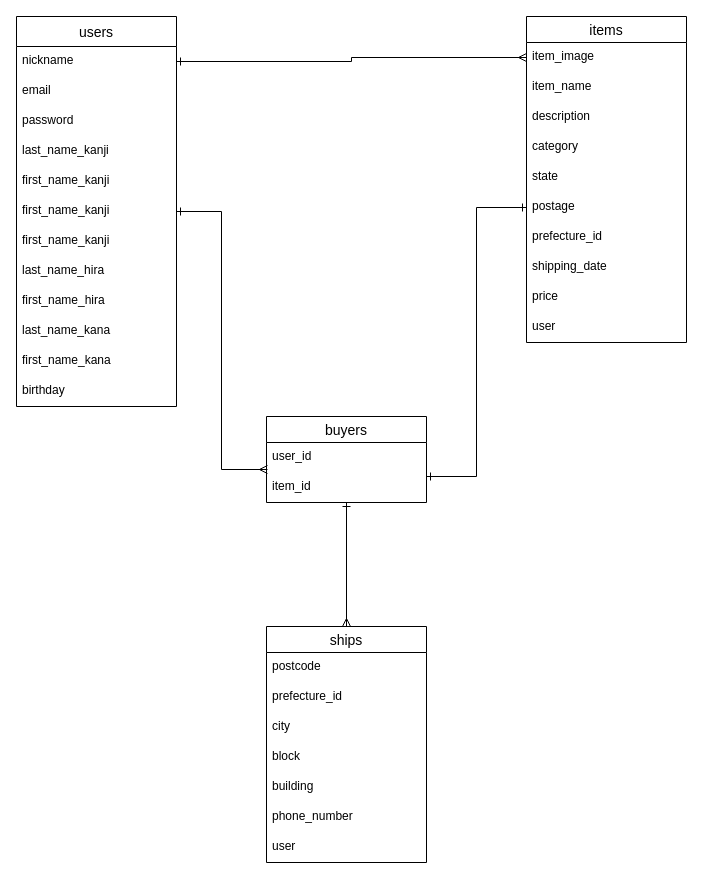
kei-sasaki-rgb-cell/furima-32897 keeps this draw.io diagram as furima-32897.dio. Above is the earlier version. Source tidied: cells renumbered, new cells numbered last; positions are measured from the earlier drawing's top-left corner, leaving out a move shared by most shapes. Both pictures are drawn from the tidied source at 100%, with x=0, y=0 at pixel (16, 16).
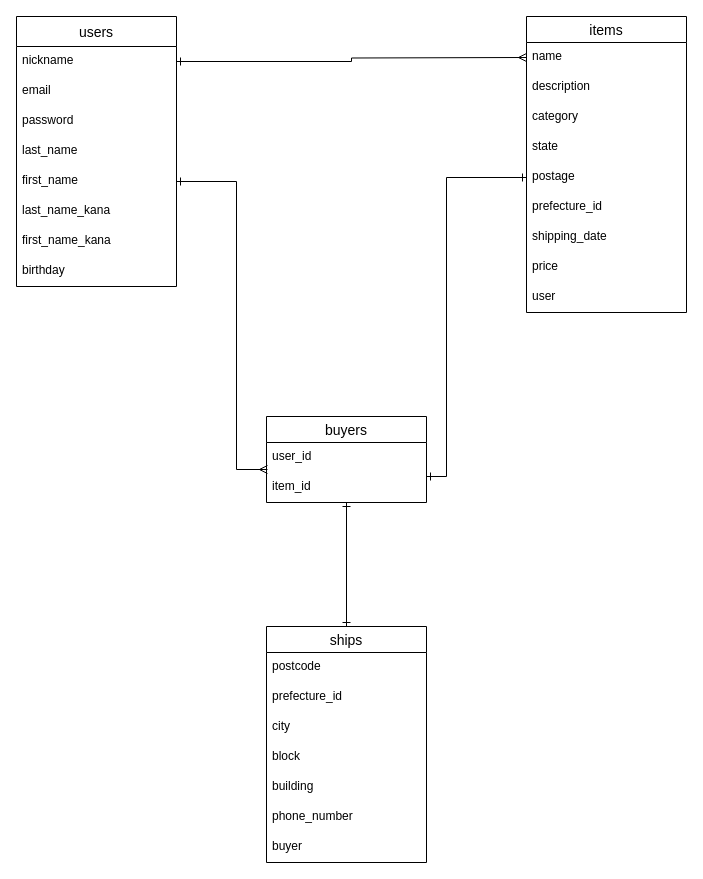
Above is the later version.

Commit message (it also covers changes not shown here):
ER図、READMEの修正（２回目）

The change refers to these unchanged cells:
```xml
<mxCell id="3" value="nickname" style="text;strokeColor=none;fillColor=none;spacingLeft=4;spacingRight=4;overflow=hidden;points=[[0,0.5],[1,0.5]];portConstraint=eastwest;fontSize=12;" parent="2" vertex="1">
  <mxGeometry y="30" width="160" height="30" as="geometry" />
</mxCell>
<mxCell id="26" value="ships" style="swimlane;fontStyle=0;horizontal=1;startSize=26;align=center;fontSize=14;" parent="1" vertex="1">
  <mxGeometry x="250" y="610" width="160" height="236" as="geometry" />
</mxCell>
<mxCell id="36" value="buyers" style="swimlane;fontStyle=0;horizontal=1;startSize=26;align=center;fontSize=14;" parent="1" vertex="1">
  <mxGeometry x="250" y="400" width="160" height="86" as="geometry" />
</mxCell>
<mxCell id="38" value="item_id" style="text;strokeColor=none;fillColor=none;spacingLeft=4;spacingRight=4;overflow=hidden;points=[[0,0.5],[1,0.5]];portConstraint=eastwest;fontSize=12;" parent="36" vertex="1">
  <mxGeometry y="56" width="160" height="30" as="geometry" />
</mxCell>
```

Change to the diagram source:
```diff
@@
     <mxCell id="2" value="users" style="swimlane;fontStyle=0;horizontal=1;startSize=30;align=center;fontSize=14;" parent="1" vertex="1">
-      <mxGeometry width="160" height="390" as="geometry" />
+      <mxGeometry width="160" height="270" as="geometry" />
     </mxCell>
@@
-    <mxCell id="6" value="last_name_kanji" style="text;strokeColor=none;fillColor=none;spacingLeft=4;spacingRight=4;overflow=hidden;fontSize=12;shadow=0;" parent="2" vertex="1">
+    <mxCell id="6" value="last_name" style="text;strokeColor=none;fillColor=none;spacingLeft=4;spacingRight=4;overflow=hidden;fontSize=12;shadow=0;" parent="2" vertex="1">
       <mxGeometry y="120" width="160" height="30" as="geometry" />
     </mxCell>
-    <mxCell id="7" value="first_name_kanji" style="text;strokeColor=none;fillColor=none;spacingLeft=4;spacingRight=4;overflow=hidden;points=[[0,0.5],[1,0.5]];portConstraint=eastwest;fontSize=12;shadow=0;" parent="2" vertex="1">
-      <mxGeometry y="150" width="160" height="30" as="geometry" />
-    </mxCell>
-    <mxCell id="8" value="first_name_kanji" style="text;strokeColor=none;fillColor=none;spacingLeft=4;spacingRight=4;overflow=hidden;points=[[0,0.5],[1,0.5]];portConstraint=eastwest;fontSize=12;shadow=0;" parent="2" vertex="1">
-      <mxGeometry y="180" width="160" height="30" as="geometry" />
-    </mxCell>
-    <mxCell id="9" value="first_name_kanji" style="text;strokeColor=none;fillColor=none;spacingLeft=4;spacingRight=4;overflow=hidden;fontSize=12;shadow=0;" parent="2" vertex="1">
-      <mxGeometry y="210" width="160" height="30" as="geometry" />
+    <mxCell id="9" value="first_name" style="text;strokeColor=none;fillColor=none;spacingLeft=4;spacingRight=4;overflow=hidden;fontSize=12;shadow=0;" parent="2" vertex="1">
+      <mxGeometry y="150" width="160" height="30" as="geometry" />
     </mxCell>
-    <mxCell id="10" value="last_name_hira" style="text;strokeColor=none;fillColor=none;spacingLeft=4;spacingRight=4;overflow=hidden;fontSize=12;shadow=0;" parent="2" vertex="1">
-      <mxGeometry y="240" width="160" height="30" as="geometry" />
-    </mxCell>
-    <mxCell id="11" value="first_name_hira" style="text;strokeColor=none;fillColor=none;spacingLeft=4;spacingRight=4;overflow=hidden;fontSize=12;shadow=0;" parent="2" vertex="1">
-      <mxGeometry y="270" width="160" height="30" as="geometry" />
-    </mxCell>
     <mxCell id="12" value="last_name_kana" style="text;strokeColor=none;fillColor=none;spacingLeft=4;spacingRight=4;overflow=hidden;fontSize=12;shadow=0;" parent="2" vertex="1">
-      <mxGeometry y="300" width="160" height="30" as="geometry" />
+      <mxGeometry y="180" width="160" height="30" as="geometry" />
     </mxCell>
     <mxCell id="13" value="first_name_kana" style="text;strokeColor=none;fillColor=none;spacingLeft=4;spacingRight=4;overflow=hidden;fontSize=12;shadow=0;" parent="2" vertex="1">
-      <mxGeometry y="330" width="160" height="30" as="geometry" />
+      <mxGeometry y="210" width="160" height="30" as="geometry" />
     </mxCell>
     <mxCell id="14" value="birthday" style="text;strokeColor=none;fillColor=none;spacingLeft=4;spacingRight=4;overflow=hidden;fontSize=12;shadow=0;" parent="2" vertex="1">
-      <mxGeometry y="360" width="160" height="30" as="geometry" />
+      <mxGeometry y="240" width="160" height="30" as="geometry" />
     </mxCell>
     <mxCell id="15" value="items" style="swimlane;fontStyle=0;horizontal=1;startSize=26;align=center;fontSize=14;swimlaneFillColor=none;" parent="1" vertex="1">
-      <mxGeometry x="510" width="160" height="326" as="geometry" />
+      <mxGeometry x="510" width="160" height="296" as="geometry" />
     </mxCell>
-    <mxCell id="16" value="item_image" style="text;strokeColor=none;fillColor=none;spacingLeft=4;spacingRight=4;overflow=hidden;points=[[0,0.5],[1,0.5]];portConstraint=eastwest;fontSize=12;" parent="15" vertex="1">
-      <mxGeometry y="26" width="160" height="30" as="geometry" />
-    </mxCell>
-    <mxCell id="17" value="item_name" style="text;strokeColor=none;fillColor=none;spacingLeft=4;spacingRight=4;overflow=hidden;fontSize=12;" parent="15" vertex="1">
-      <mxGeometry y="56" width="160" height="30" as="geometry" />
+    <mxCell id="17" value="name" style="text;strokeColor=none;fillColor=none;spacingLeft=4;spacingRight=4;overflow=hidden;fontSize=12;" parent="15" vertex="1">
+      <mxGeometry y="26" width="160" height="30" as="geometry" />
     </mxCell>
     <mxCell id="18" value="description" style="text;strokeColor=none;fillColor=none;spacingLeft=4;spacingRight=4;overflow=hidden;fontSize=12;" parent="15" vertex="1">
-      <mxGeometry y="86" width="160" height="30" as="geometry" />
+      <mxGeometry y="56" width="160" height="30" as="geometry" />
     </mxCell>
     <mxCell id="19" value="category" style="text;strokeColor=none;fillColor=none;spacingLeft=4;spacingRight=4;overflow=hidden;fontSize=12;" parent="15" vertex="1">
-      <mxGeometry y="116" width="160" height="30" as="geometry" />
+      <mxGeometry y="86" width="160" height="30" as="geometry" />
     </mxCell>
     <mxCell id="20" value="state" style="text;strokeColor=none;fillColor=none;spacingLeft=4;spacingRight=4;overflow=hidden;points=[[0,0.5],[1,0.5]];portConstraint=eastwest;fontSize=12;" parent="15" vertex="1">
-      <mxGeometry y="146" width="160" height="30" as="geometry" />
+      <mxGeometry y="116" width="160" height="30" as="geometry" />
     </mxCell>
     <mxCell id="21" value="postage" style="text;strokeColor=none;fillColor=none;spacingLeft=4;spacingRight=4;overflow=hidden;points=[[0,0.5],[1,0.5]];portConstraint=eastwest;fontSize=12;" parent="15" vertex="1">
-      <mxGeometry y="176" width="160" height="30" as="geometry" />
+      <mxGeometry y="146" width="160" height="30" as="geometry" />
     </mxCell>
     <mxCell id="22" value="prefecture_id" style="text;strokeColor=none;fillColor=none;spacingLeft=4;spacingRight=4;overflow=hidden;fontSize=12;" parent="15" vertex="1">
-      <mxGeometry y="206" width="160" height="30" as="geometry" />
+      <mxGeometry y="176" width="160" height="30" as="geometry" />
     </mxCell>
     <mxCell id="23" value="shipping_date" style="text;strokeColor=none;fillColor=none;spacingLeft=4;spacingRight=4;overflow=hidden;fontSize=12;" parent="15" vertex="1">
-      <mxGeometry y="236" width="160" height="30" as="geometry" />
+      <mxGeometry y="206" width="160" height="30" as="geometry" />
     </mxCell>
     <mxCell id="24" value="price" style="text;strokeColor=none;fillColor=none;spacingLeft=4;spacingRight=4;overflow=hidden;fontSize=12;" parent="15" vertex="1">
-      <mxGeometry y="266" width="160" height="30" as="geometry" />
+      <mxGeometry y="236" width="160" height="30" as="geometry" />
     </mxCell>
     <mxCell id="25" value="user" style="text;strokeColor=none;fillColor=none;spacingLeft=4;spacingRight=4;overflow=hidden;fontSize=12;" parent="15" vertex="1">
-      <mxGeometry y="296" width="160" height="30" as="geometry" />
+      <mxGeometry y="266" width="160" height="30" as="geometry" />
     </mxCell>
@@
-    <mxCell id="33" value="user" style="text;strokeColor=none;fillColor=none;spacingLeft=4;spacingRight=4;overflow=hidden;fontSize=12;" parent="26" vertex="1">
+    <mxCell id="33" value="buyer" style="text;strokeColor=none;fillColor=none;spacingLeft=4;spacingRight=4;overflow=hidden;fontSize=12;" parent="26" vertex="1">
       <mxGeometry y="206" width="160" height="30" as="geometry" />
     </mxCell>
-    <mxCell id="34" style="edgeStyle=orthogonalEdgeStyle;rounded=0;jettySize=auto;html=1;entryX=-0.017;entryY=0.747;entryDx=0;entryDy=0;entryPerimeter=0;endArrow=ERmany;endFill=0;strokeColor=none;startArrow=ERone;startFill=0;" parent="1" edge="1" source="7" target="20">
-      <mxGeometry relative="1" as="geometry" />
+    <mxCell id="34" style="edgeStyle=orthogonalEdgeStyle;rounded=0;jettySize=auto;html=1;entryX=-0.017;entryY=0.747;entryDx=0;entryDy=0;entryPerimeter=0;endArrow=ERmany;endFill=0;strokeColor=none;startArrow=ERone;startFill=0;" parent="1" edge="1" target="20">
+      <mxGeometry relative="1" as="geometry">
+        <mxPoint x="160" y="165" as="sourcePoint" />
+      </mxGeometry>
     </mxCell>
-    <mxCell id="35" style="edgeStyle=orthogonalEdgeStyle;rounded=0;jettySize=auto;html=1;entryX=0.5;entryY=0;entryDx=0;entryDy=0;startArrow=ERone;startFill=0;endArrow=ERmany;endFill=0;" parent="1" edge="1" source="36" target="26">
+    <mxCell id="35" style="edgeStyle=orthogonalEdgeStyle;rounded=0;jettySize=auto;html=1;entryX=0.5;entryY=0;entryDx=0;entryDy=0;startArrow=ERone;startFill=0;endArrow=ERone;endFill=0;" parent="1" edge="1" source="36" target="26">
       <mxGeometry relative="1" as="geometry" />
     </mxCell>
@@
-    <mxCell id="39" style="edgeStyle=orthogonalEdgeStyle;rounded=0;jettySize=auto;html=1;exitX=1;exitY=0.5;exitDx=0;exitDy=0;entryX=0.006;entryY=-0.1;entryDx=0;entryDy=0;entryPerimeter=0;startArrow=ERone;startFill=0;endArrow=ERmany;endFill=0;" parent="1" edge="1" source="8" target="38">
-      <mxGeometry relative="1" as="geometry" />
+    <mxCell id="39" style="edgeStyle=orthogonalEdgeStyle;rounded=0;jettySize=auto;html=1;exitX=1;exitY=0.5;exitDx=0;exitDy=0;entryX=0.006;entryY=-0.1;entryDx=0;entryDy=0;entryPerimeter=0;startArrow=ERone;startFill=0;endArrow=ERmany;endFill=0;" parent="1" edge="1" target="38">
+      <mxGeometry relative="1" as="geometry">
+        <mxPoint x="160" y="165" as="sourcePoint" />
+        <Array as="points">
+          <mxPoint x="220" y="165" />
+          <mxPoint x="220" y="453" />
+        </Array>
+      </mxGeometry>
     </mxCell>
     <mxCell id="40" style="edgeStyle=orthogonalEdgeStyle;rounded=0;jettySize=auto;html=1;entryX=0;entryY=0.5;entryDx=0;entryDy=0;startArrow=ERone;startFill=0;endArrow=ERone;endFill=0;" parent="1" edge="1" source="38" target="21">
       <mxGeometry relative="1" as="geometry">
         <Array as="points">
-          <mxPoint x="460" y="460" />
-          <mxPoint x="460" y="191" />
+          <mxPoint x="430" y="460" />
+          <mxPoint x="430" y="161" />
         </Array>
       </mxGeometry>
     </mxCell>
-    <mxCell id="41" style="edgeStyle=orthogonalEdgeStyle;rounded=0;jettySize=auto;html=1;startArrow=ERone;startFill=0;endArrow=ERmany;endFill=0;" parent="1" edge="1" source="3" target="16">
-      <mxGeometry relative="1" as="geometry" />
+    <mxCell id="41" style="edgeStyle=orthogonalEdgeStyle;rounded=0;jettySize=auto;html=1;startArrow=ERone;startFill=0;endArrow=ERmany;endFill=0;" parent="1" edge="1" source="3">
+      <mxGeometry relative="1" as="geometry">
+        <mxPoint x="510" y="41" as="targetPoint" />
+      </mxGeometry>
     </mxCell>
```
